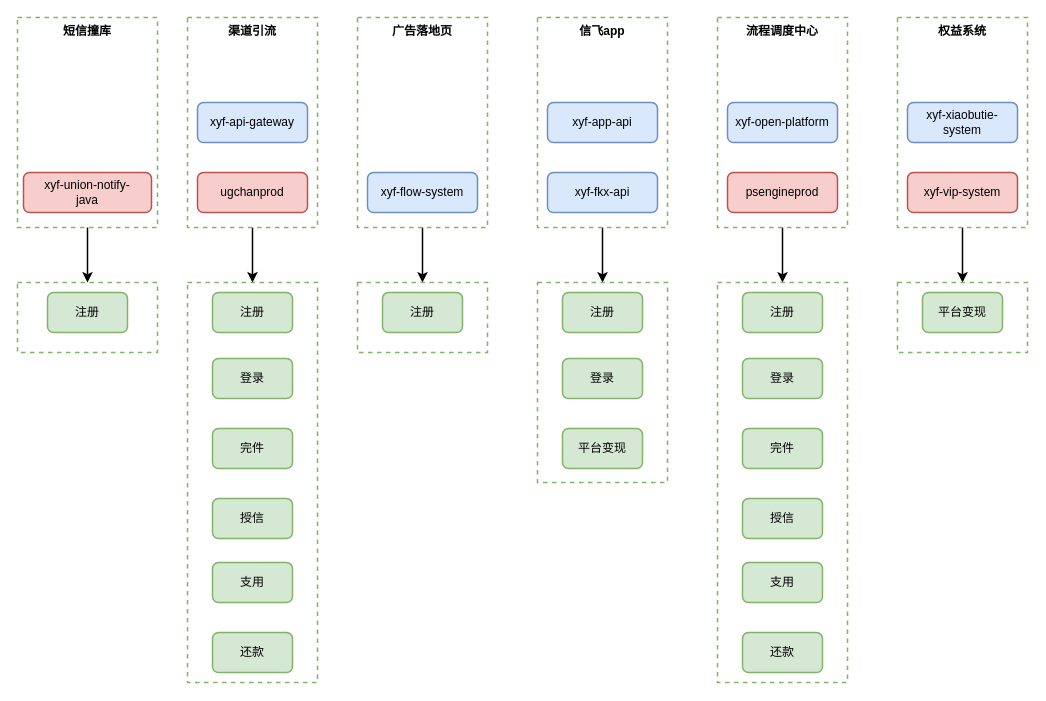
Above: 业务指标日志入口.drawio in yuanlj-tea/picgo (draw.io), before the change. Source tidied: cells renumbered, new cells numbered last; positions are measured from the earlier drawing's top-left corner, leaving out a move shared by most shapes. Both pictures are drawn from the tidied source at 100%, with x=0, y=0 at pixel (17, 17).
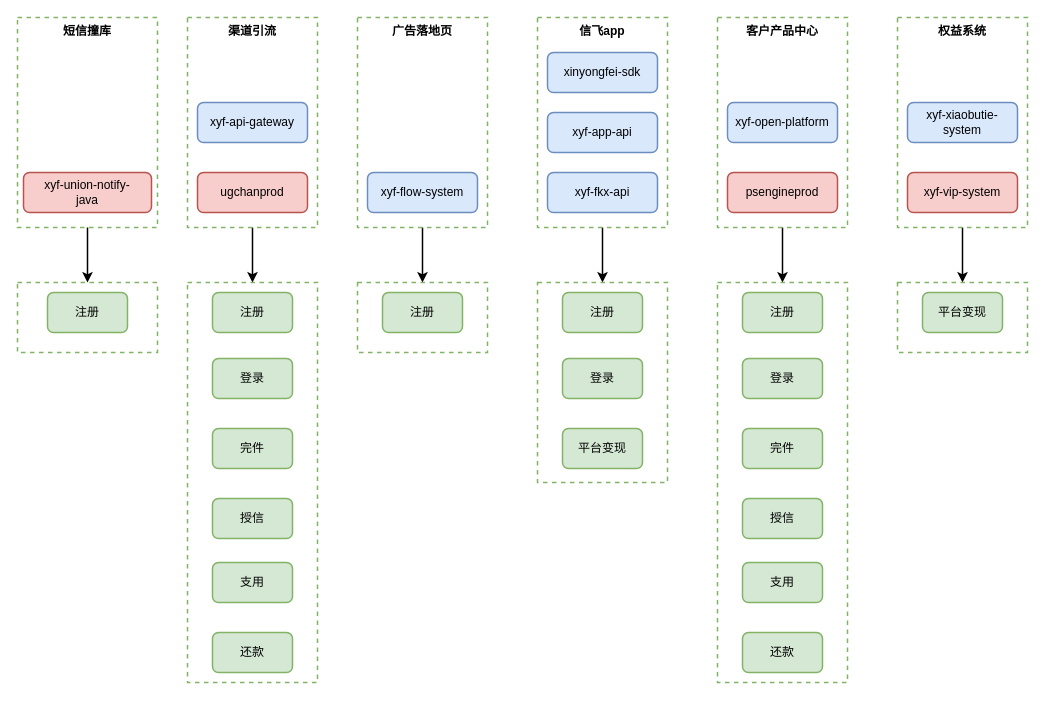
The same page after the edit.

Commit message:
更新业务指标日志入口.drawio

What changed in the source:
```diff
@@
-    <mxCell id="11" value="&lt;b&gt;流程调度中心&lt;/b&gt;" style="rounded=0;whiteSpace=wrap;html=1;strokeColor=#82b366;strokeWidth=1.5;align=center;verticalAlign=top;fontFamily=Helvetica;fontSize=12;fontColor=default;fillColor=none;dashed=1;" parent="1" vertex="1">
+    <mxCell id="11" value="&lt;b&gt;客户产品中心&lt;/b&gt;" style="rounded=0;whiteSpace=wrap;html=1;strokeColor=#82b366;strokeWidth=1.5;align=center;verticalAlign=top;fontFamily=Helvetica;fontSize=12;fontColor=default;fillColor=none;dashed=1;" parent="1" vertex="1">
       <mxGeometry x="700" width="130" height="210" as="geometry" />
     </mxCell>
@@
     <mxCell id="19" value="xyf-app-api" style="rounded=1;whiteSpace=wrap;html=1;strokeColor=#6c8ebf;strokeWidth=1.5;align=center;verticalAlign=middle;fontFamily=Helvetica;fontSize=12;fillColor=#dae8fc;" parent="1" vertex="1">
-      <mxGeometry x="530" y="85" width="110" height="40" as="geometry" />
+      <mxGeometry x="530" y="95" width="110" height="40" as="geometry" />
     </mxCell>
@@
+    <mxCell id="48" value="xinyongfei-sdk" style="rounded=1;whiteSpace=wrap;html=1;strokeColor=#6c8ebf;strokeWidth=1.5;align=center;verticalAlign=middle;fontFamily=Helvetica;fontSize=12;fillColor=#dae8fc;" parent="1" vertex="1">
+      <mxGeometry x="530" y="35" width="110" height="40" as="geometry" />
+    </mxCell>
```
